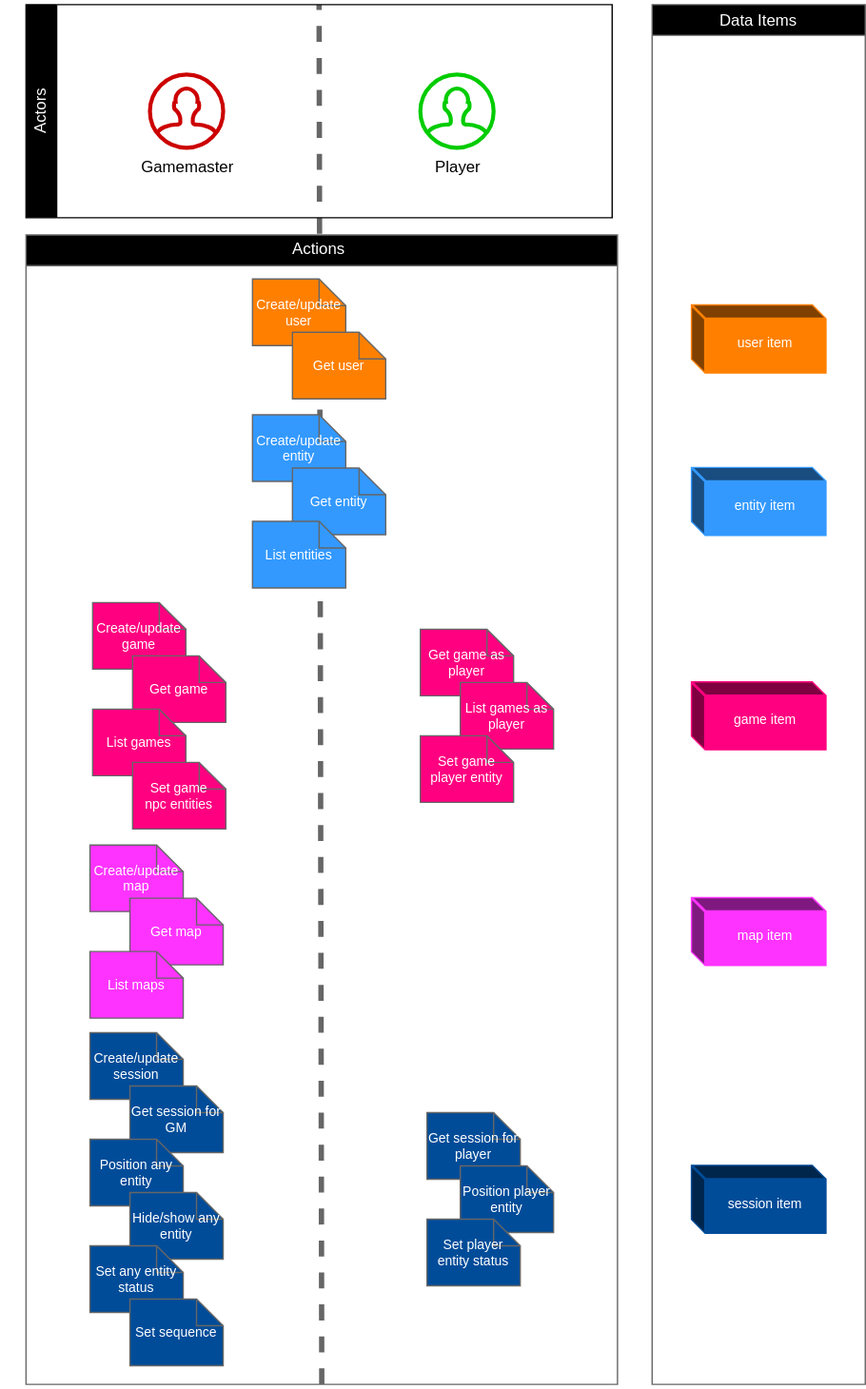
Earlier version of the draw.io export packages/docs/assets/user-actions.drawio.svg (adamfitzpatrick/grid-wolf). Source tidied: cells renumbered, new cells last; positions are measured from the earlier drawing's top-left corner, leaving out a move shared by most shapes.
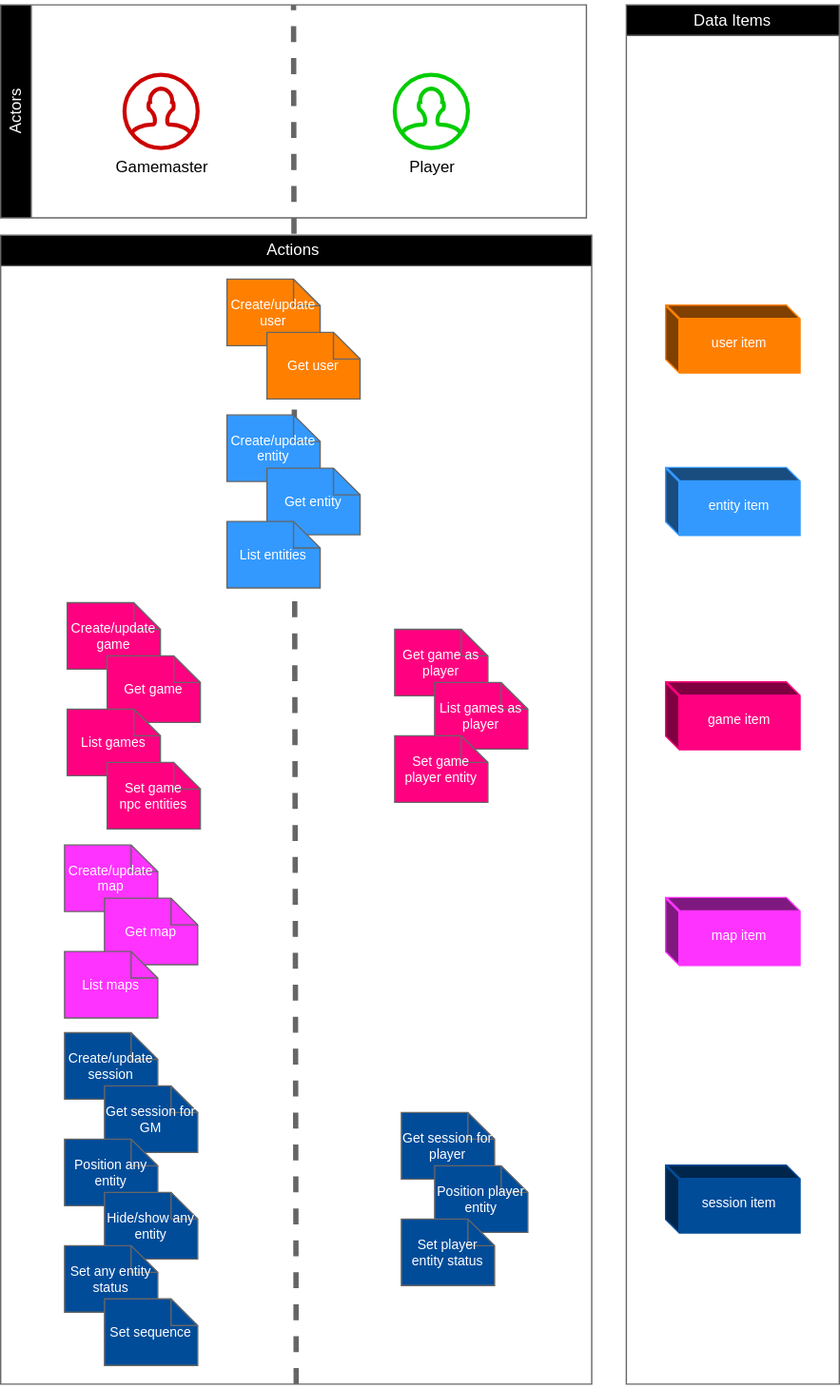
Above is the later version.

Diff of the diagram source:
```diff
@@ -1,4 +1,4 @@
-<mxGraphModel background="#ffffff">
+<mxGraphModel>
   <root>
     <mxCell id="0" />
     <mxCell id="1" parent="0" />
@@ -131,7 +131,7 @@
     <mxCell id="44" value="Actions" style="text;html=1;strokeColor=none;fillColor=none;align=center;verticalAlign=middle;whiteSpace=wrap;rounded=0;fontColor=#FFFFFF;" parent="10" vertex="1">
       <mxGeometry x="190" y="-4" width="60" height="30" as="geometry" />
     </mxCell>
-    <mxCell id="45" style="swimlane;horizontal=0;whiteSpace=wrap;html=1;strokeColor=#000000;fillColor=#000000;" parent="1" vertex="1">
+    <mxCell id="45" style="swimlane;horizontal=0;whiteSpace=wrap;html=1;strokeColor=#666666;fillColor=#000000;" parent="1" vertex="1">
       <mxGeometry x="19" y="3" width="440" height="160" as="geometry" />
     </mxCell>
     <mxCell id="46" value="Player" style="html=1;verticalLabelPosition=bottom;align=center;labelBackgroundColor=#ffffff;verticalAlign=top;strokeWidth=3;strokeColor=#00CC00;shadow=0;dashed=0;shape=mxgraph.ios7.icons.user;sketch=0;fontColor=#000000;fillColor=none;" parent="45" vertex="1">
@@ -141,7 +141,7 @@
       <mxGeometry x="93" y="52.5" width="55" height="55" as="geometry" />
     </mxCell>
     <mxCell id="48" value="Actors" style="text;html=1;strokeColor=none;fillColor=none;align=center;verticalAlign=middle;whiteSpace=wrap;rounded=0;horizontal=0;fontColor=#FFFFFF;" parent="45" vertex="1">
-      <mxGeometry x="-19" y="65" width="60" height="30" as="geometry" />
+      <mxGeometry x="2" y="52.5" width="19" height="55" as="geometry" />
     </mxCell>
   </root>
 </mxGraphModel>
```
